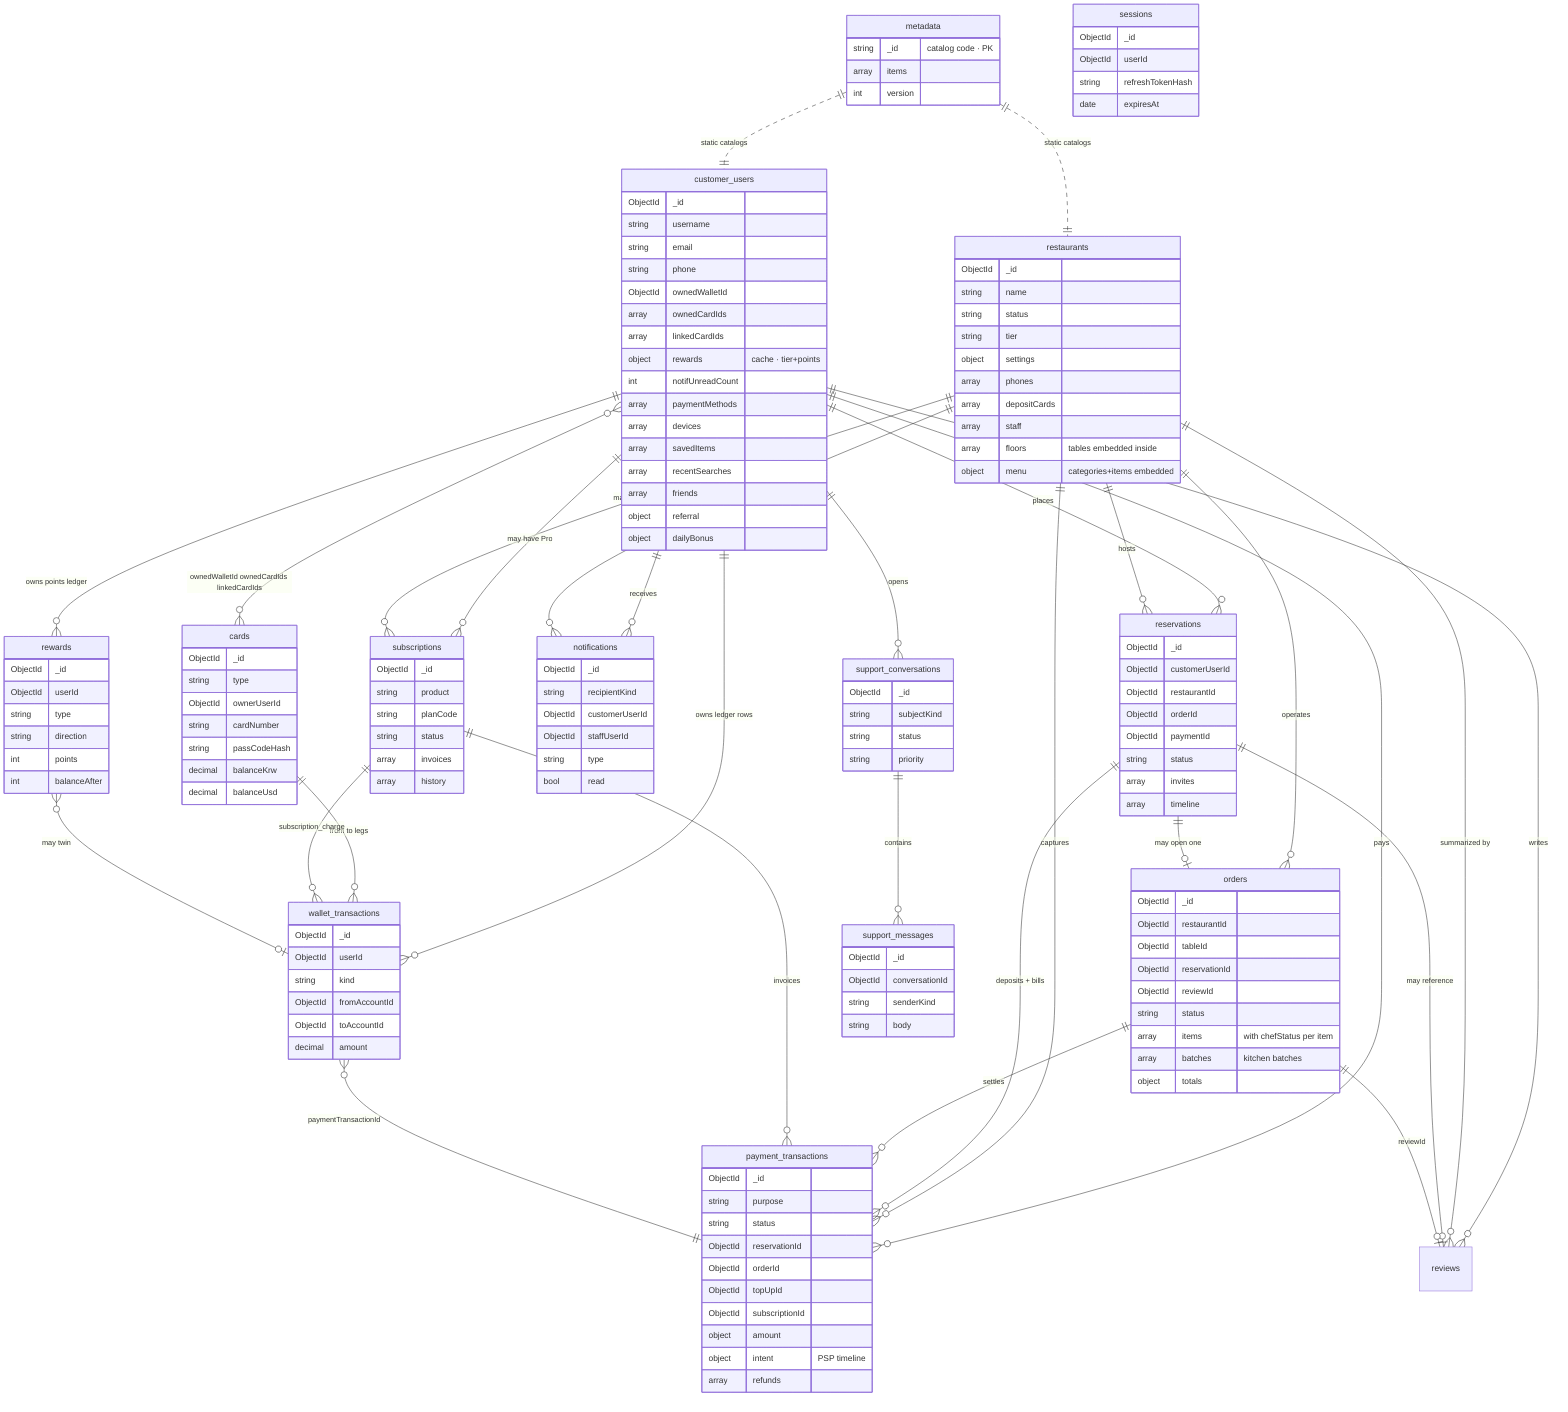
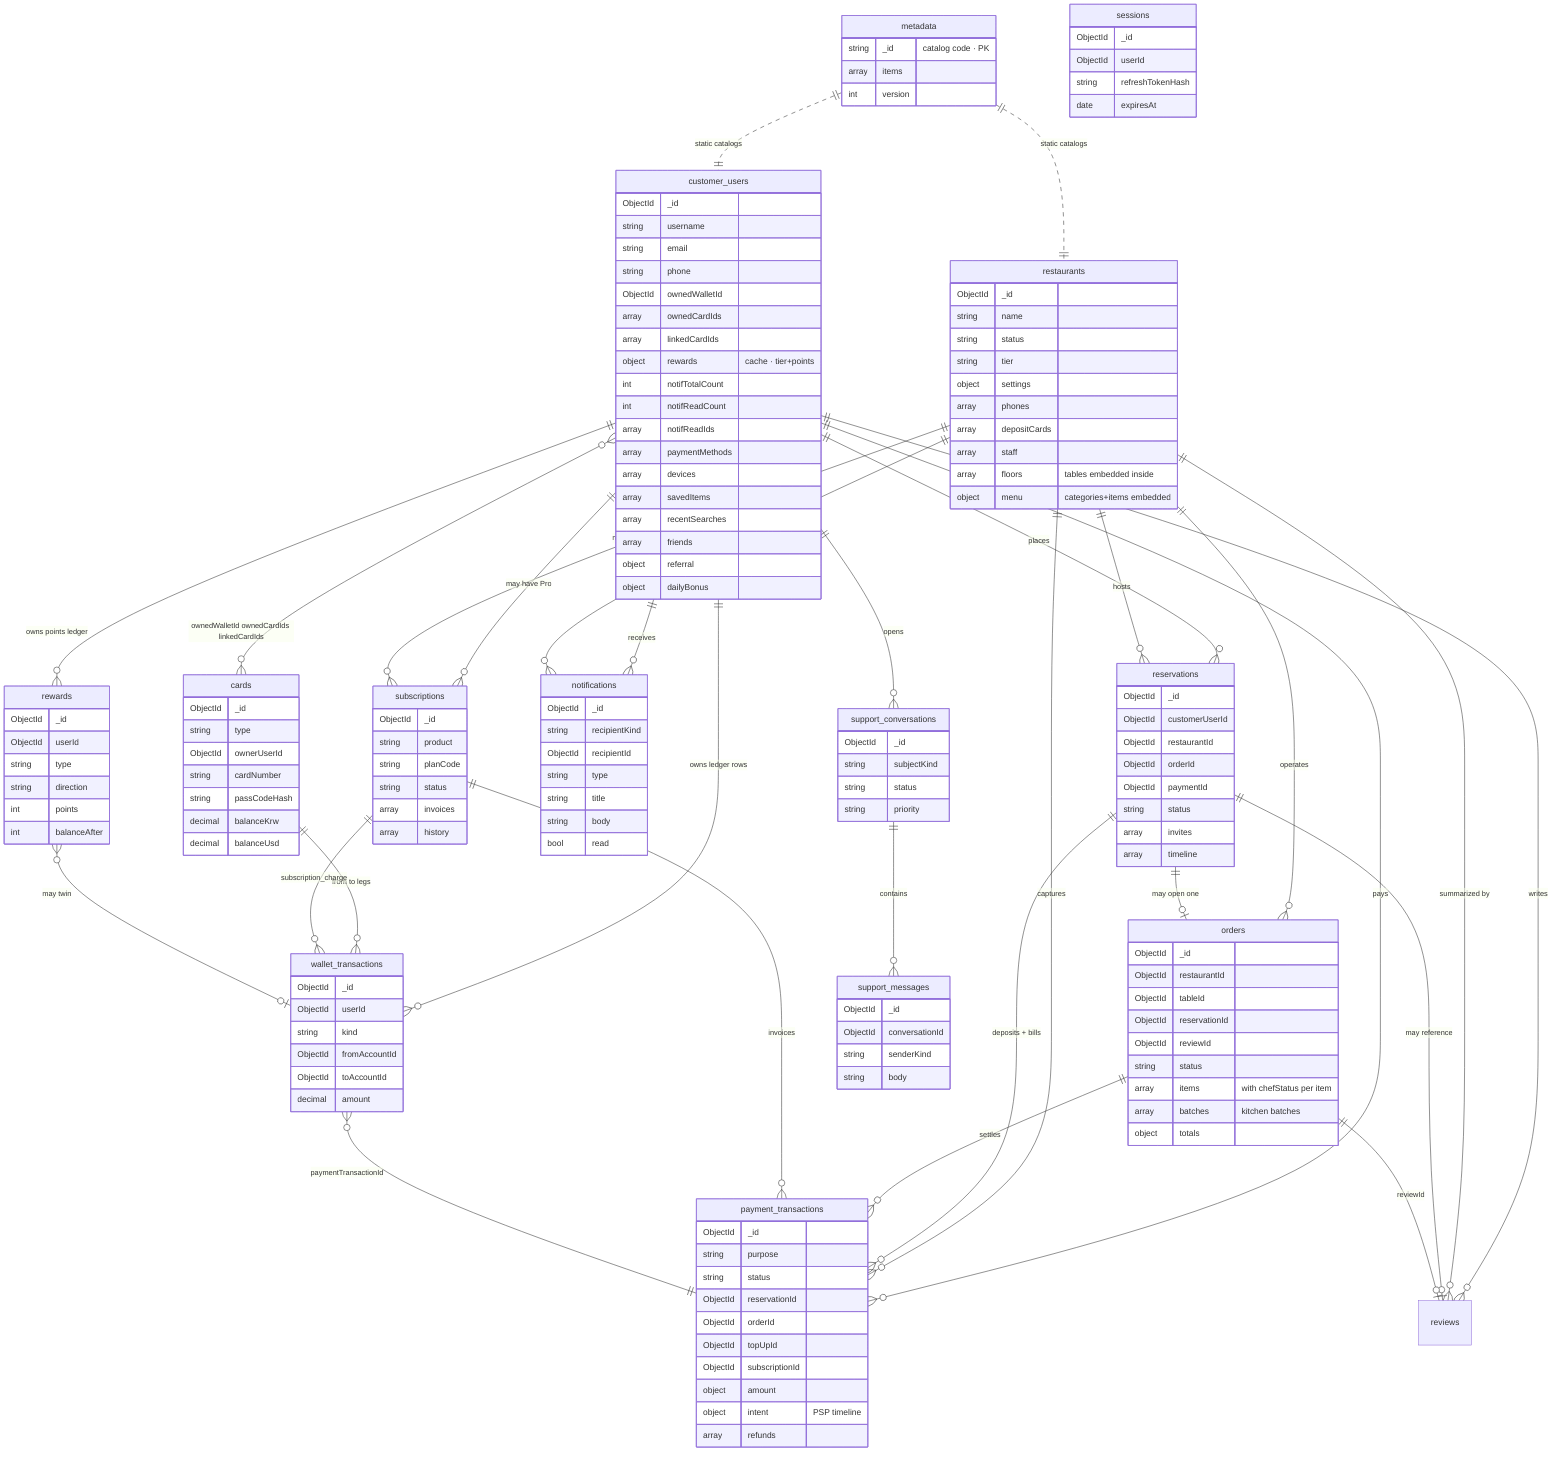
erDiagram
%% The 14-collection compromise schema. Lines marked with `||--o{` mean
%% "exactly-one to many"; `}o--o{` means many-to-many via embedded references.
- %% Optional cache fields on `customer_users` (rewards, notifUnread) stay in sync
+ %% Optional cache fields on `customer_users` (rewards, notification counters/readIds) stay in sync
%% with authoritative ledger collections; wallet balances live on `cards`.
    customer_users ||--o{ reservations : "places"
    customer_users ||--o{ wallet_transactions : "owns ledger rows"
    customer_users ||--o{ rewards : "owns points ledger"
    customer_users ||--o{ payment_transactions : "pays"
    customer_users ||--o{ subscriptions : "may have Pro"
    customer_users ||--o{ notifications : "receives"
    customer_users ||--o{ support_conversations : "opens"
    customer_users ||--o{ reviews : "writes"
    customer_users }o--o{ cards : "ownedWalletId ownedCardIds linkedCardIds"

    cards ||--o{ wallet_transactions : "from to legs"

    restaurants ||--o{ reservations : "hosts"
    restaurants ||--o{ reviews : "summarized by"
    restaurants ||--o{ orders : "operates"
    restaurants ||--o{ payment_transactions : "captures"
    restaurants ||--o{ subscriptions : "may have tier"
    restaurants ||--o{ notifications : "receives"

    reservations ||--o| orders : "may open one"
    reservations ||--o{ payment_transactions : "deposits + bills"
    reservations ||--o| reviews : "may reference"

    orders ||--o{ payment_transactions : "settles"
    orders ||--o| reviews : "reviewId"

    subscriptions ||--o{ payment_transactions : "invoices"
    subscriptions ||--o{ wallet_transactions : "subscription_charge"

    wallet_transactions }o--|| payment_transactions : "paymentTransactionId"
    rewards }o--o| wallet_transactions : "may twin"

    support_conversations ||--o{ support_messages : "contains"

    metadata ||..|| customer_users : "static catalogs"
    metadata ||..|| restaurants : "static catalogs"

    customer_users {
        ObjectId _id
        string username
        string email
        string phone
        ObjectId ownedWalletId
        array  ownedCardIds
        array  linkedCardIds
        object rewards       "cache · tier+points"
-         int    notifUnreadCount
+         int    notifTotalCount
+         int    notifReadCount
+         array  notifReadIds
        array  paymentMethods
        array  devices
        array  savedItems
        array  recentSearches
        array  friends
        object referral
        object dailyBonus
    }
    restaurants {
        ObjectId _id
        string name
        string status
        string tier
        object settings
        array  phones
        array  depositCards
        array  staff
        array  floors           "tables embedded inside"
        object menu             "categories+items embedded"
    }
    reservations {
        ObjectId _id
        ObjectId customerUserId
        ObjectId restaurantId
        ObjectId orderId
        ObjectId paymentId
        string   status
        array    invites
        array    timeline
    }
    orders {
        ObjectId _id
        ObjectId restaurantId
        ObjectId tableId
        ObjectId reservationId
        ObjectId reviewId
        string   status
        array    items          "with chefStatus per item"
        array    batches        "kitchen batches"
        object   totals
    }
    payment_transactions {
        ObjectId _id
        string   purpose
        string   status
        ObjectId reservationId
        ObjectId orderId
        ObjectId topUpId
        ObjectId subscriptionId
        object   amount
        object   intent          "PSP timeline"
        array    refunds
    }
    wallet_transactions {
        ObjectId _id
        ObjectId userId
        string   kind
        ObjectId fromAccountId
        ObjectId toAccountId
        decimal  amount
    }
    cards {
        ObjectId _id
        string   type
        ObjectId ownerUserId
        string   cardNumber
        string   passCodeHash
        decimal  balanceKrw
        decimal  balanceUsd
    }
    rewards {
        ObjectId _id
        ObjectId userId
        string   type
        string   direction
        int      points
        int      balanceAfter
    }
    notifications {
        ObjectId _id
        string   recipientKind
-         ObjectId customerUserId
-         ObjectId staffUserId
+         ObjectId recipientId
        string   type
+         string   title
+         string   body
        bool     read
    }
    support_conversations {
        ObjectId _id
        string   subjectKind
        string   status
        string   priority
    }
    support_messages {
        ObjectId _id
        ObjectId conversationId
        string   senderKind
        string   body
    }
    subscriptions {
        ObjectId _id
        string   product
        string   planCode
        string   status
        array    invoices
        array    history
    }
    sessions {
        ObjectId _id
        ObjectId userId
        string   refreshTokenHash
        date     expiresAt
    }
    metadata {
        string   _id            "catalog code · PK"
        array    items
        int      version
    }
